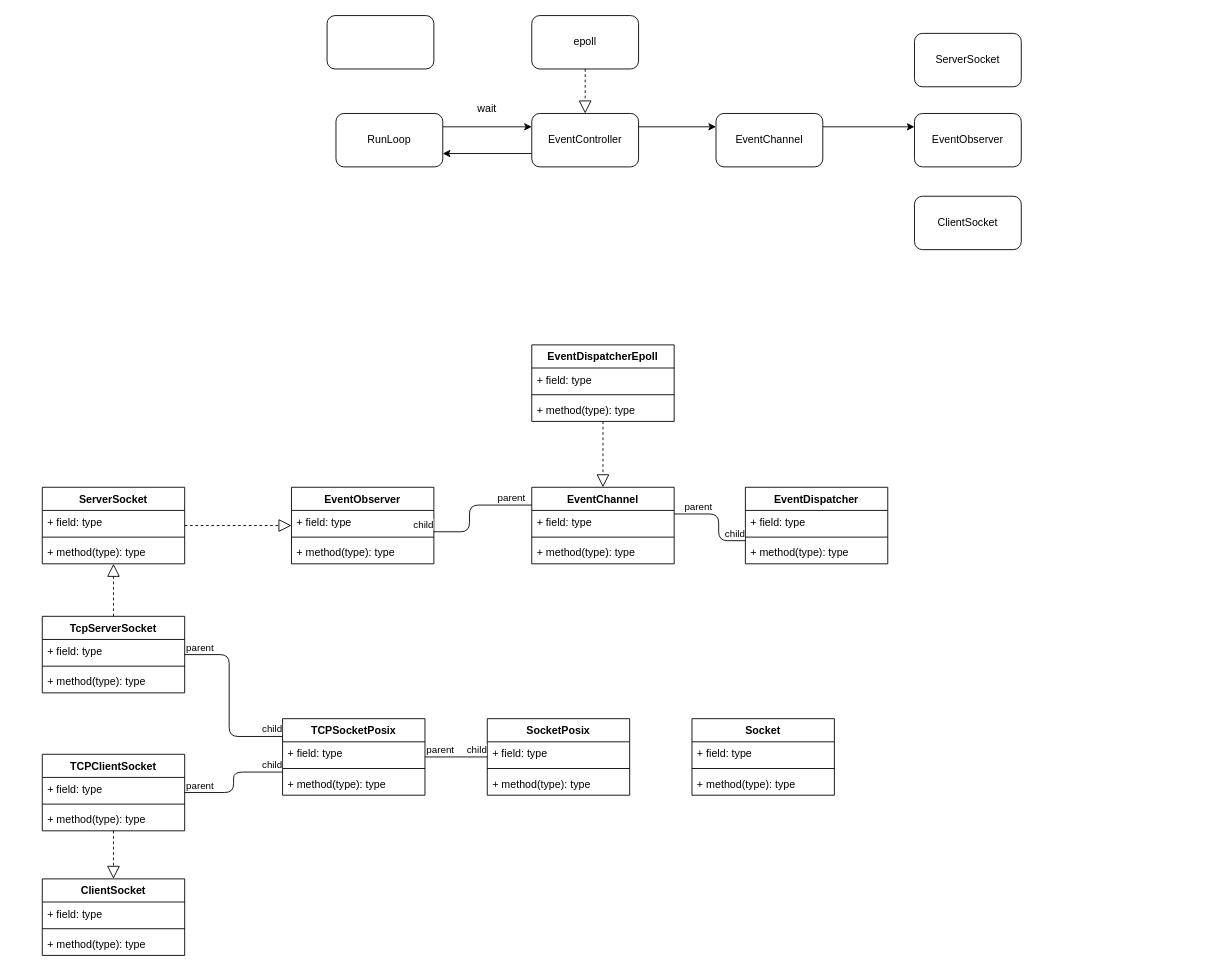
The draw.io diagram page "net" (3 of 4) of doc/arch.drawio in ISSuh/link, before the edit. Source tidied: cells renumbered, new cells numbered last; positions are measured from the earlier drawing's top-left corner, leaving out a move shared by most shapes. Both pictures are drawn from the tidied source at 89%, with x=0, y=0 at pixel (42, 15).
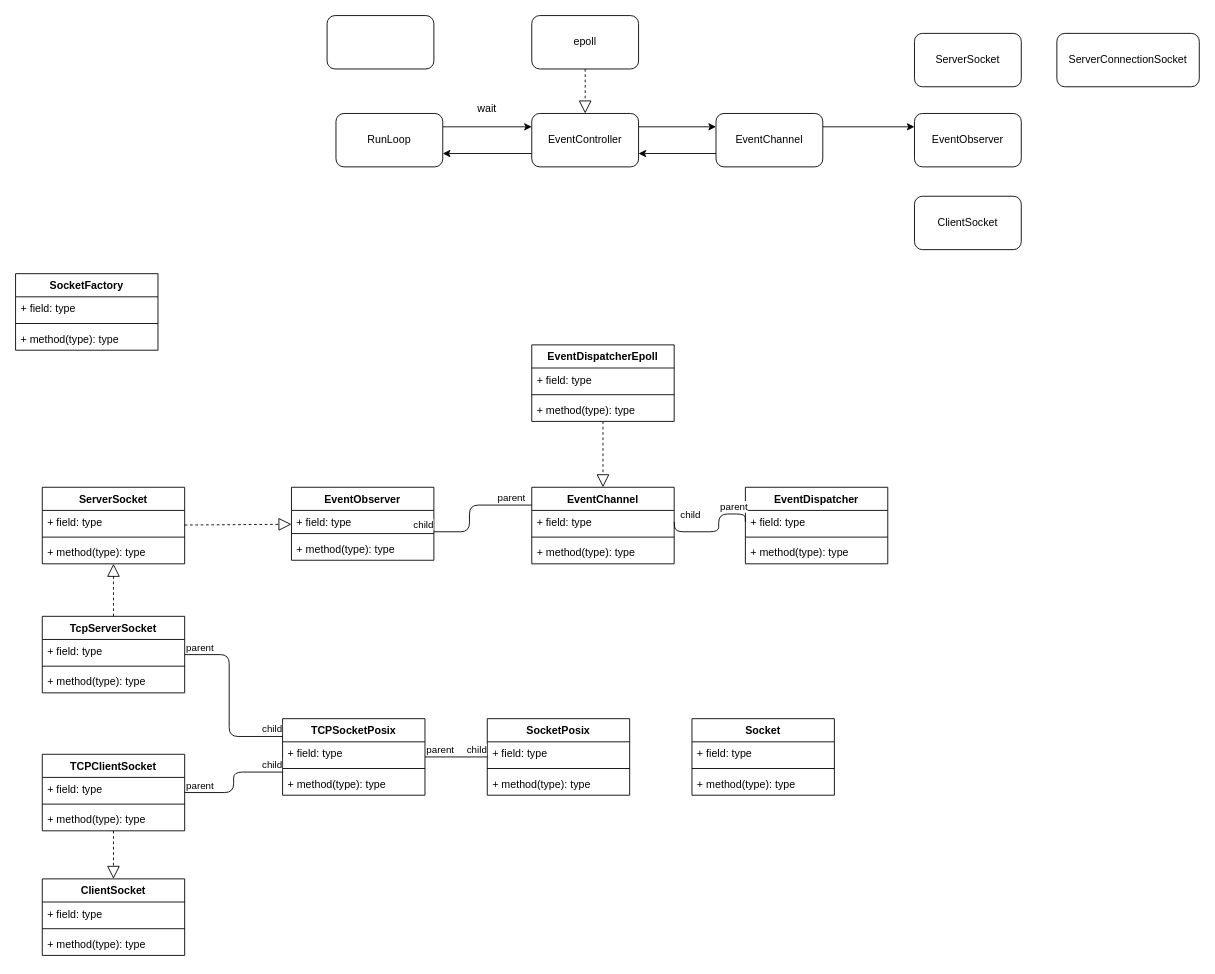
The same diagram, later.

Unchanged cells that the change refers to:
```xml
<mxCell id="44" value="EventController" style="rounded=1;whiteSpace=wrap;html=1;" parent="1" vertex="1">
  <mxGeometry x="550" y="110" width="120" height="60" as="geometry" />
</mxCell>
<mxCell id="47" value="EventChannel" style="rounded=1;whiteSpace=wrap;html=1;" parent="1" vertex="1">
  <mxGeometry x="757" y="110" width="120" height="60" as="geometry" />
</mxCell>
<mxCell id="55" value="EventDispatcher" style="swimlane;fontStyle=1;align=center;verticalAlign=top;horizontal=1;startSize=26;" parent="1" vertex="1">
  <mxGeometry x="790" y="530" width="160" height="86" as="geometry" />
</mxCell>
<mxCell id="56" value="+ field: type" style="text;strokeColor=none;fillColor=none;align=left;verticalAlign=top;spacingLeft=4;spacingRight=4;overflow=hidden;points=[[0,0.5],[1,0.5]];portConstraint=eastwest;" parent="55" vertex="1">
  <mxGeometry y="26" width="160" height="26" as="geometry" />
</mxCell>
<mxCell id="59" value="EventDispatcherEpoll" style="swimlane;fontStyle=1;align=center;verticalAlign=top;horizontal=1;startSize=26;" parent="1" vertex="1">
  <mxGeometry x="550" y="370" width="160" height="86" as="geometry" />
</mxCell>
<mxCell id="63" value="EventChannel" style="swimlane;fontStyle=1;align=center;verticalAlign=top;horizontal=1;startSize=26;" parent="1" vertex="1">
  <mxGeometry x="550" y="530" width="160" height="86" as="geometry" />
</mxCell>
<mxCell id="64" value="+ field: type" style="text;strokeColor=none;fillColor=none;align=left;verticalAlign=top;spacingLeft=4;spacingRight=4;overflow=hidden;points=[[0,0.5],[1,0.5]];portConstraint=eastwest;" parent="63" vertex="1">
  <mxGeometry y="26" width="160" height="26" as="geometry" />
</mxCell>
```

Diff of the diagram source:
```diff
@@
     <mxCell id="67" value="EventObserver" style="swimlane;fontStyle=1;align=center;verticalAlign=top;horizontal=1;startSize=26;" parent="1" vertex="1">
-      <mxGeometry x="280" y="530" width="160" height="86" as="geometry" />
+      <mxGeometry x="280" y="530" width="160" height="82" as="geometry" />
     </mxCell>
     <mxCell id="68" value="+ field: type" style="text;strokeColor=none;fillColor=none;align=left;verticalAlign=top;spacingLeft=4;spacingRight=4;overflow=hidden;" parent="67" vertex="1">
-      <mxGeometry y="26" width="160" height="26" as="geometry" />
+      <mxGeometry y="26" width="160" height="22" as="geometry" />
     </mxCell>
     <mxCell id="69" style="line;strokeWidth=1;fillColor=none;align=left;verticalAlign=middle;spacingTop=-1;spacingLeft=3;spacingRight=3;labelPosition=right;" parent="67" vertex="1">
-      <mxGeometry y="52" width="160" height="8" as="geometry" />
+      <mxGeometry y="48" width="160" height="8" as="geometry" />
     </mxCell>
     <mxCell id="70" value="+ method(type): type" style="text;strokeColor=none;fillColor=none;align=left;verticalAlign=top;spacingLeft=4;spacingRight=4;overflow=hidden;" parent="67" vertex="1">
-      <mxGeometry y="60" width="160" height="26" as="geometry" />
+      <mxGeometry y="56" width="160" height="26" as="geometry" />
     </mxCell>
@@
+    <mxCell id="78" style="endArrow=block;dashed=1;endFill=0;endSize=12;html=1;" parent="1" edge="1" source="59" target="63">
+      <mxGeometry relative="1" as="geometry" />
+    </mxCell>
+    <mxCell id="79" value="ServerConnectionSocket" style="rounded=1;whiteSpace=wrap;html=1;" parent="1" vertex="1">
+      <mxGeometry x="1140" y="20" width="160" height="60" as="geometry" />
+    </mxCell>
+    <mxCell id="80" style="edgeStyle=none;html=1;exitX=0;exitY=0.75;exitDx=0;exitDy=0;entryX=1;entryY=0.75;entryDx=0;entryDy=0;" parent="1" edge="1" source="47" target="44">
+      <mxGeometry relative="1" as="geometry" />
+    </mxCell>
-    <mxCell id="75" style="endArrow=none;html=1;edgeStyle=orthogonalEdgeStyle;" parent="1" edge="1" source="63" target="55">
+    <mxCell id="75" style="endArrow=none;html=1;edgeStyle=orthogonalEdgeStyle;entryX=1;entryY=0.5;entryDx=0;entryDy=0;exitX=0;exitY=0.5;exitDx=0;exitDy=0;" parent="1" edge="1" source="56" target="64">
       <mxGeometry relative="1" as="geometry">
         <Array as="points">
+          <mxPoint x="790" y="560" />
           <mxPoint x="760" y="560" />
-          <mxPoint x="760" y="590" />
+          <mxPoint x="760" y="580" />
+          <mxPoint x="711" y="580" />
         </Array>
       </mxGeometry>
     </mxCell>
     <mxCell id="76" value="parent" style="edgeLabel;html=1;align=left;verticalAlign=bottom;" parent="75" vertex="1">
       <mxGeometry x="-1" relative="1" as="geometry">
-        <mxPoint x="10" as="offset" />
+        <mxPoint x="-30" y="-9" as="offset" />
       </mxGeometry>
     </mxCell>
     <mxCell id="77" value="child" style="edgeLabel;html=1;align=right;verticalAlign=bottom;" parent="75" vertex="1">
-      <mxGeometry x="1" relative="1" as="geometry" />
+      <mxGeometry x="1" relative="1" as="geometry">
+        <mxPoint x="30" as="offset" />
+      </mxGeometry>
     </mxCell>
-    <mxCell id="78" style="endArrow=block;dashed=1;endFill=0;endSize=12;html=1;" parent="1" edge="1" source="59" target="63">
-      <mxGeometry relative="1" as="geometry" />
-    </mxCell>
+    <mxCell id="81" value="SocketFactory" style="swimlane;fontStyle=1;align=center;verticalAlign=top;horizontal=1;startSize=26;" parent="1" vertex="1">
+      <mxGeometry x="-30" y="290" width="160" height="86" as="geometry" />
+    </mxCell>
+    <mxCell id="82" value="+ field: type" style="text;strokeColor=none;fillColor=none;align=left;verticalAlign=top;spacingLeft=4;spacingRight=4;overflow=hidden;" parent="81" vertex="1">
+      <mxGeometry y="26" width="160" height="26" as="geometry" />
+    </mxCell>
+    <mxCell id="83" style="line;strokeWidth=1;fillColor=none;align=left;verticalAlign=middle;spacingTop=-1;spacingLeft=3;spacingRight=3;labelPosition=right;" parent="81" vertex="1">
+      <mxGeometry y="52" width="160" height="8" as="geometry" />
+    </mxCell>
+    <mxCell id="84" value="+ method(type): type" style="text;strokeColor=none;fillColor=none;align=left;verticalAlign=top;spacingLeft=4;spacingRight=4;overflow=hidden;" parent="81" vertex="1">
+      <mxGeometry y="60" width="160" height="26" as="geometry" />
+    </mxCell>
```
